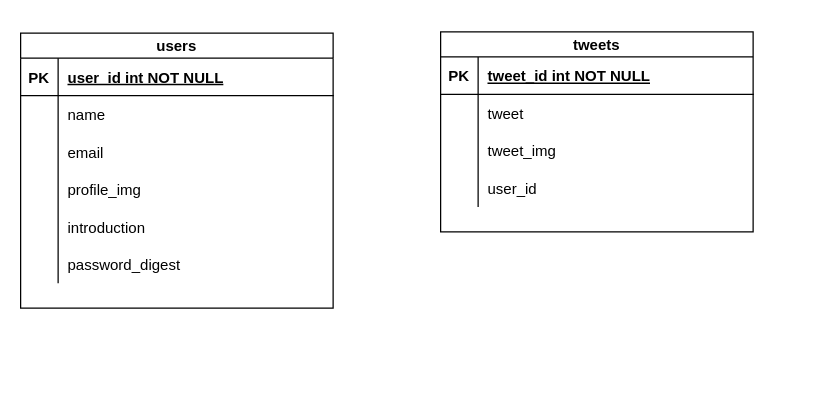
Above: conflict練習/RUNTEQ課題.drawio in maouske0427/TIL (draw.io), before the change. Source tidied: cells renumbered, new cells numbered last; positions are measured from the earlier drawing's top-left corner, leaving out a move shared by most shapes. Both pictures are drawn from the tidied source at 125%, with x=0, y=0 at pixel (20, 31).
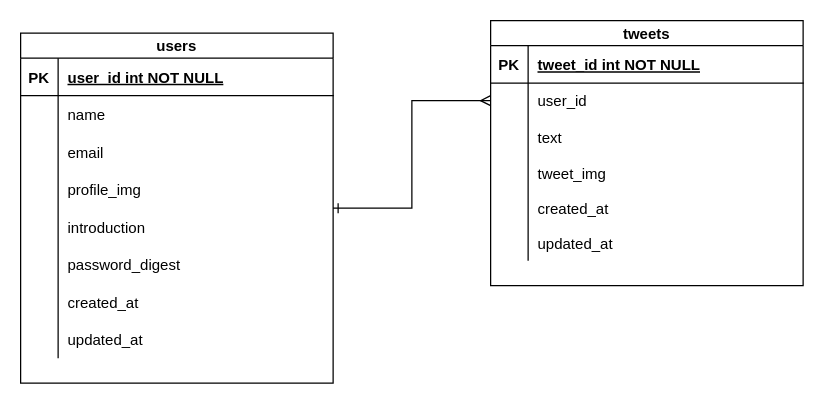
Above is the later version.

Commit message (it also covers changes not shown here):
RUNTEQ課題.drawio を更新します

What changed in the source:
```diff
@@
+    <mxCell id="34" style="edgeStyle=elbowEdgeStyle;rounded=0;jettySize=auto;html=1;entryX=0;entryY=0.5;entryDx=0;entryDy=0;startArrow=ERone;startFill=0;endArrow=ERmany;endFill=0;" parent="1" edge="1" source="2" target="31">
+      <mxGeometry relative="1" as="geometry" />
+    </mxCell>
     <mxCell id="2" value="users" style="shape=table;startSize=20;childLayout=tableLayout;rowLines=0;fontStyle=1;align=center;" parent="1" vertex="1">
-      <mxGeometry y="1" width="250" height="220" as="geometry" />
+      <mxGeometry y="1" width="250" height="280" as="geometry" />
     </mxCell>
@@
+    <mxCell id="35" style="shape=partialRectangle;fillColor=none;top=0;left=0;right=0;bottom=0;" parent="2" vertex="1">
+      <mxGeometry y="200" width="250" height="30" as="geometry" />
+    </mxCell>
+    <mxCell id="36" style="shape=partialRectangle;overflow=hidden;fillColor=none;top=0;left=0;bottom=0;right=0;" parent="35" vertex="1">
+      <mxGeometry width="30" height="30" as="geometry" />
+    </mxCell>
+    <mxCell id="37" value="created_at" style="shape=partialRectangle;overflow=hidden;fillColor=none;top=0;left=0;bottom=0;right=0;align=left;spacingLeft=6;" parent="35" vertex="1">
+      <mxGeometry x="30" width="220" height="30" as="geometry" />
+    </mxCell>
+    <mxCell id="38" style="shape=partialRectangle;fillColor=none;top=0;left=0;right=0;bottom=0;" parent="2" vertex="1">
+      <mxGeometry y="230" width="250" height="30" as="geometry" />
+    </mxCell>
+    <mxCell id="39" style="shape=partialRectangle;overflow=hidden;fillColor=none;top=0;left=0;bottom=0;right=0;" parent="38" vertex="1">
+      <mxGeometry width="30" height="30" as="geometry" />
+    </mxCell>
+    <mxCell id="40" value="updated_at" style="shape=partialRectangle;overflow=hidden;fillColor=none;top=0;left=0;bottom=0;right=0;align=left;spacingLeft=6;" parent="38" vertex="1">
+      <mxGeometry x="30" width="220" height="30" as="geometry" />
+    </mxCell>
     <mxCell id="21" value="tweets" style="shape=table;startSize=20;childLayout=tableLayout;rowLines=0;fontStyle=1;align=center;" parent="1" vertex="1">
-      <mxGeometry x="336" width="250" height="160" as="geometry" />
+      <mxGeometry x="376" y="-9" width="250" height="212" as="geometry" />
     </mxCell>
@@
+    <mxCell id="31" style="shape=partialRectangle;fillColor=none;points=[[0,0.5],[1,0.5]];portConstraint=eastwest;top=0;left=0;right=0;bottom=0;" parent="21" vertex="1">
+      <mxGeometry y="50" width="250" height="28" as="geometry" />
+    </mxCell>
+    <mxCell id="32" style="shape=partialRectangle;overflow=hidden;fillColor=none;top=0;left=0;bottom=0;right=0;" parent="31" vertex="1">
+      <mxGeometry width="30" height="28" as="geometry" />
+    </mxCell>
+    <mxCell id="33" value="user_id" style="shape=partialRectangle;overflow=hidden;fillColor=none;top=0;left=0;bottom=0;right=0;align=left;spacingLeft=6;" parent="31" vertex="1">
+      <mxGeometry x="30" width="220" height="28" as="geometry" />
+    </mxCell>
     <mxCell id="25" style="shape=partialRectangle;fillColor=none;top=0;left=0;right=0;bottom=0;" parent="21" vertex="1">
-      <mxGeometry y="50" width="250" height="30" as="geometry" />
+      <mxGeometry y="78" width="250" height="30" as="geometry" />
     </mxCell>
@@
-    <mxCell id="27" value="tweet" style="shape=partialRectangle;overflow=hidden;fillColor=none;top=0;left=0;bottom=0;right=0;align=left;spacingLeft=6;" parent="25" vertex="1">
+    <mxCell id="27" value="text" style="shape=partialRectangle;overflow=hidden;fillColor=none;top=0;left=0;bottom=0;right=0;align=left;spacingLeft=6;" parent="25" vertex="1">
       <mxGeometry x="30" width="220" height="30" as="geometry" />
     </mxCell>
     <mxCell id="28" style="shape=partialRectangle;fillColor=none;top=0;left=0;right=0;bottom=0;" parent="21" vertex="1">
-      <mxGeometry y="80" width="250" height="30" as="geometry" />
+      <mxGeometry y="108" width="250" height="28" as="geometry" />
     </mxCell>
     <mxCell id="29" style="shape=partialRectangle;overflow=hidden;fillColor=none;top=0;left=0;bottom=0;right=0;" parent="28" vertex="1">
-      <mxGeometry width="30" height="30" as="geometry" />
+      <mxGeometry width="30" height="28" as="geometry" />
     </mxCell>
     <mxCell id="30" value="tweet_img" style="shape=partialRectangle;overflow=hidden;fillColor=none;top=0;left=0;bottom=0;right=0;align=left;spacingLeft=6;" parent="28" vertex="1">
-      <mxGeometry x="30" width="220" height="30" as="geometry" />
+      <mxGeometry x="30" width="220" height="28" as="geometry" />
     </mxCell>
-    <mxCell id="31" style="shape=partialRectangle;fillColor=none;points=[[0,0.5],[1,0.5]];portConstraint=eastwest;top=0;left=0;right=0;bottom=0;" parent="21" vertex="1">
-      <mxGeometry y="110" width="250" height="30" as="geometry" />
-    </mxCell>
-    <mxCell id="32" style="shape=partialRectangle;overflow=hidden;fillColor=none;top=0;left=0;bottom=0;right=0;" parent="31" vertex="1">
-      <mxGeometry width="30" height="30" as="geometry" />
-    </mxCell>
-    <mxCell id="33" value="user_id" style="shape=partialRectangle;overflow=hidden;fillColor=none;top=0;left=0;bottom=0;right=0;align=left;spacingLeft=6;" parent="31" vertex="1">
-      <mxGeometry x="30" width="220" height="30" as="geometry" />
-    </mxCell>
+    <mxCell id="41" style="shape=partialRectangle;fillColor=none;top=0;left=0;right=0;bottom=0;" parent="21" vertex="1">
+      <mxGeometry y="136" width="250" height="28" as="geometry" />
+    </mxCell>
+    <mxCell id="42" style="shape=partialRectangle;overflow=hidden;fillColor=none;top=0;left=0;bottom=0;right=0;" parent="41" vertex="1">
+      <mxGeometry width="30" height="28" as="geometry" />
+    </mxCell>
+    <mxCell id="43" value="created_at" style="shape=partialRectangle;overflow=hidden;fillColor=none;top=0;left=0;bottom=0;right=0;align=left;spacingLeft=6;" parent="41" vertex="1">
+      <mxGeometry x="30" width="220" height="28" as="geometry" />
+    </mxCell>
+    <mxCell id="44" style="shape=partialRectangle;fillColor=none;top=0;left=0;right=0;bottom=0;" parent="21" vertex="1">
+      <mxGeometry y="164" width="250" height="28" as="geometry" />
+    </mxCell>
+    <mxCell id="45" style="shape=partialRectangle;overflow=hidden;fillColor=none;top=0;left=0;bottom=0;right=0;" parent="44" vertex="1">
+      <mxGeometry width="30" height="28" as="geometry" />
+    </mxCell>
+    <mxCell id="46" value="updated_at" style="shape=partialRectangle;overflow=hidden;fillColor=none;top=0;left=0;bottom=0;right=0;align=left;spacingLeft=6;" parent="44" vertex="1">
+      <mxGeometry x="30" width="220" height="28" as="geometry" />
+    </mxCell>
```
